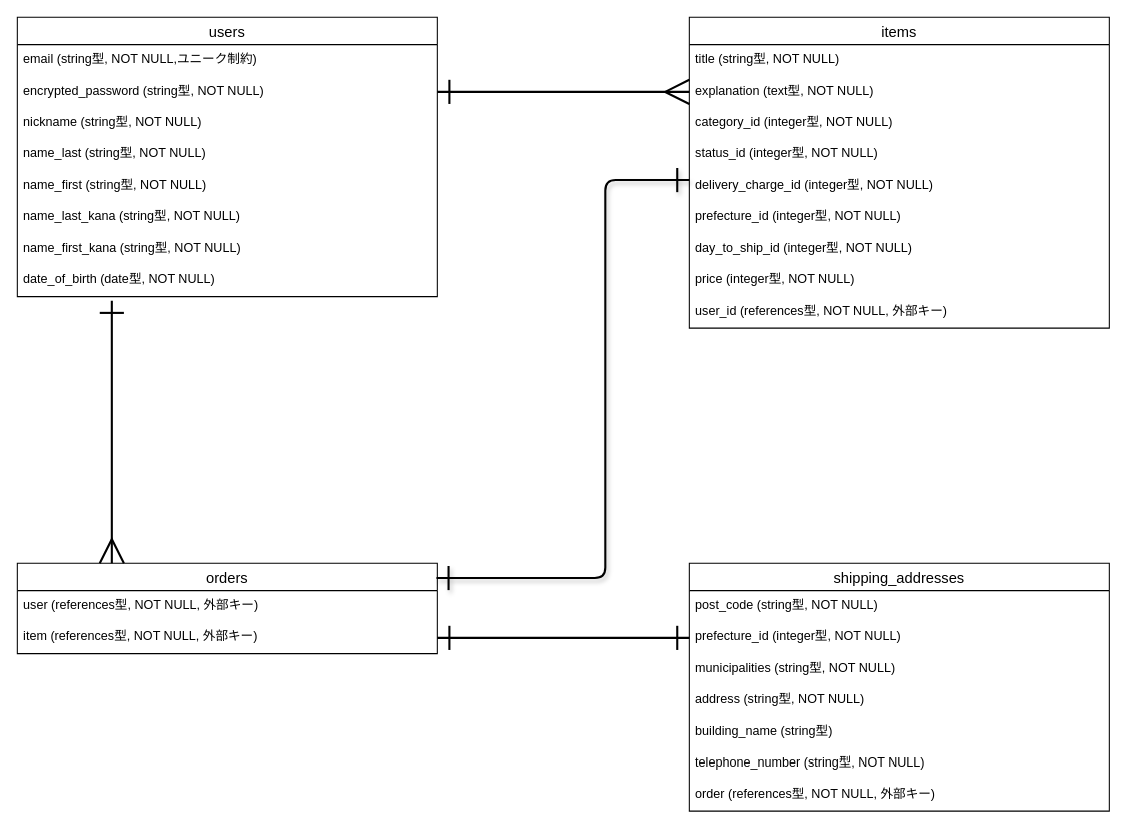
mocchio/furima-38971 keeps this draw.io diagram as furima.dio. Above is the earlier version. Source tidied: cells renumbered, new cells numbered last; positions are measured from the earlier drawing's top-left corner, leaving out a move shared by most shapes. Both pictures are drawn from the tidied source at 105%, with x=0, y=0 at pixel (17, 17).
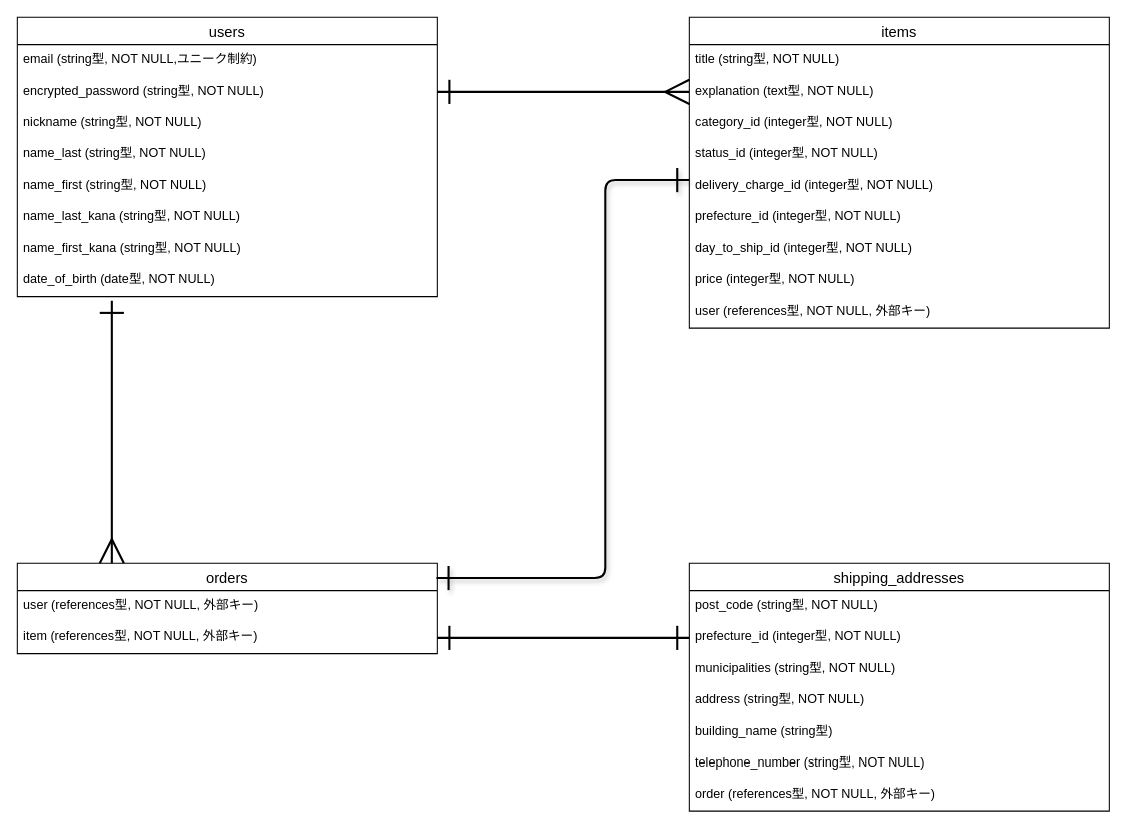
After the change.

The change refers to these unchanged cells:
```xml
<mxCell id="11" value="items" style="swimlane;fontStyle=0;horizontal=1;startSize=26;align=center;fontSize=14;" parent="1" vertex="1">
  <mxGeometry x="640" width="400" height="296" as="geometry" />
</mxCell>
```

The edit, as a diff of the source:
```diff
@@
-    <mxCell id="20" value="user_id (references型, NOT NULL, 外部キー)" style="text;strokeColor=none;fillColor=none;spacingLeft=4;spacingRight=4;overflow=hidden;fontSize=12;" parent="11" vertex="1">
+    <mxCell id="20" value="user (references型, NOT NULL, 外部キー)" style="text;strokeColor=none;fillColor=none;spacingLeft=4;spacingRight=4;overflow=hidden;fontSize=12;" parent="11" vertex="1">
       <mxGeometry y="266" width="400" height="30" as="geometry" />
     </mxCell>
```
